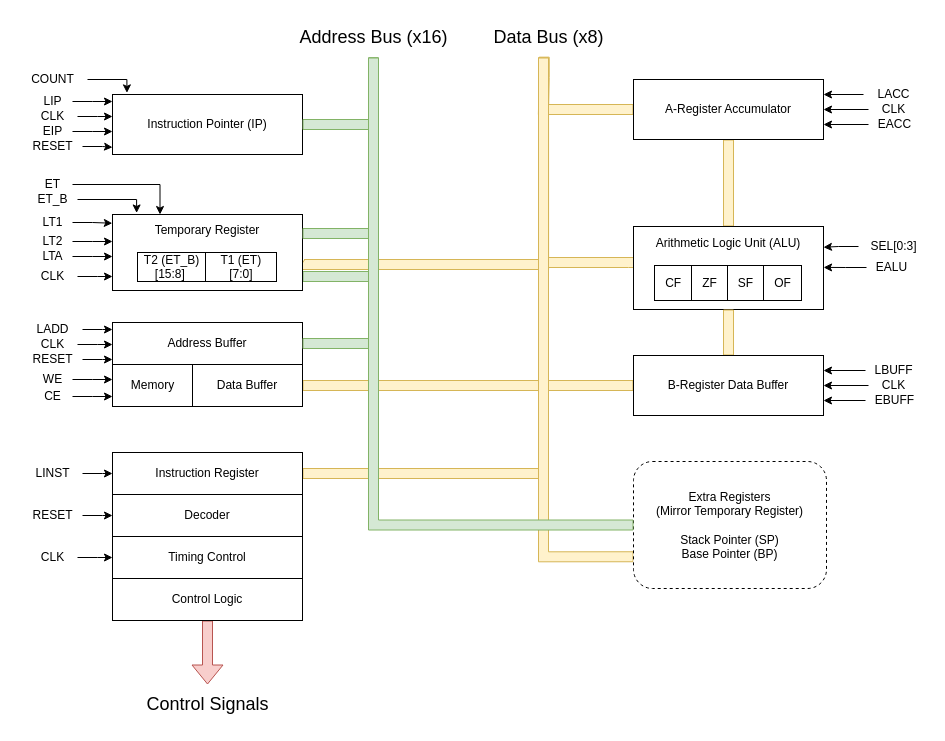
Before: System_Schematic.drawio in GrasonHumphrey/goOSe_CPU_Emulator, a draw.io diagram. Source tidied: cells renumbered, new cells numbered last; positions are measured from the earlier drawing's top-left corner, leaving out a move shared by most shapes. Both pictures are drawn from the tidied source at 100%, with x=0, y=0 at pixel (17, 17).
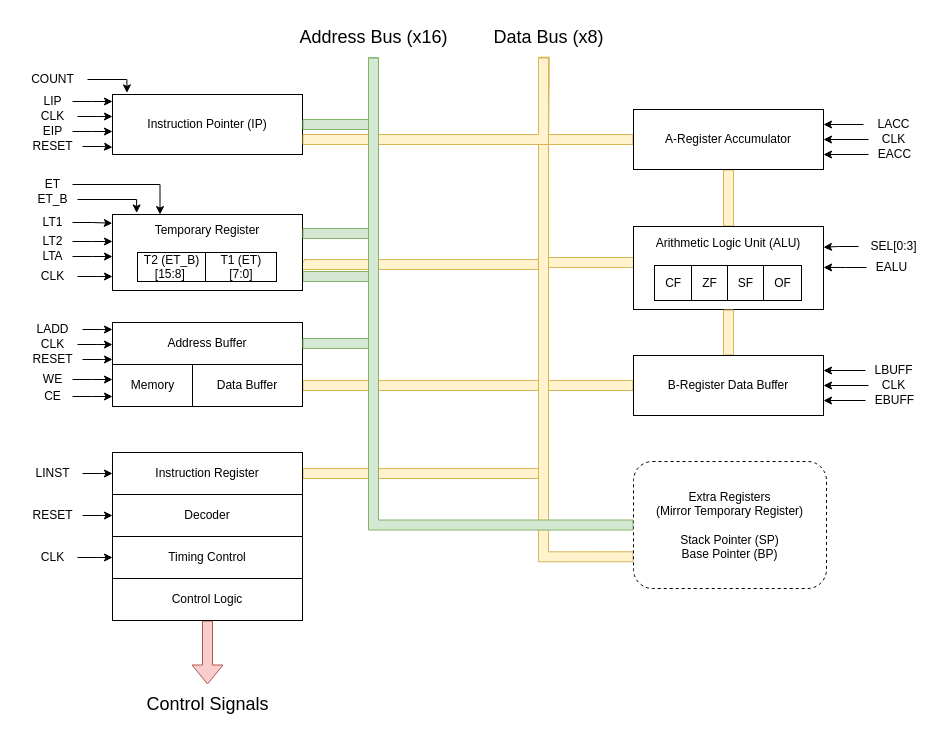
The same page after the edit.

Unchanged cells that the change refers to:
```xml
<mxCell id="3" value="Instruction Pointer (IP)" style="rounded=0;whiteSpace=wrap;html=1;" parent="1" vertex="1">
  <mxGeometry x="95" y="77" width="190" height="60" as="geometry" />
</mxCell>
<mxCell id="36" value="Data Bus (x8)" style="text;html=1;align=center;verticalAlign=middle;points=[];strokeColor=none;fillColor=none;fontSize=18;" parent="1" vertex="1">
  <mxGeometry x="466" width="130" height="40" as="geometry" />
</mxCell>
```

Diff of the diagram source:
```diff
@@
+    <mxCell id="87" style="edgeStyle=orthogonalEdgeStyle;rounded=0;jettySize=auto;html=1;entryX=1;entryY=0.75;entryDx=0;entryDy=0;fillColor=#fff2cc;strokeColor=#d6b656;shape=flexArrow;endArrow=none;endFill=0;" parent="1" edge="1" source="36" target="3">
+      <mxGeometry relative="1" as="geometry">
+        <Array as="points">
+          <mxPoint x="526" y="122" />
+        </Array>
+      </mxGeometry>
+    </mxCell>
@@
     <mxCell id="64" value="LACC" style="text;html=1;align=center;verticalAlign=middle;points=[];strokeColor=none;fillColor=none;" parent="1" vertex="1">
-      <mxGeometry x="846" y="62" width="60" height="30" as="geometry" />
+      <mxGeometry x="846" y="92" width="60" height="30" as="geometry" />
     </mxCell>
@@
     <mxCell id="66" value="A-Register Accumulator" style="rounded=0;whiteSpace=wrap;html=1;" parent="1" vertex="1">
-      <mxGeometry x="616" y="62" width="190" height="60" as="geometry" />
+      <mxGeometry x="616" y="92" width="190" height="60" as="geometry" />
     </mxCell>
@@
     <mxCell id="68" value="CLK" style="text;html=1;align=center;verticalAlign=middle;points=[];strokeColor=none;fillColor=none;" parent="1" vertex="1">
-      <mxGeometry x="851" y="77" width="50" height="30" as="geometry" />
+      <mxGeometry x="851" y="107" width="50" height="30" as="geometry" />
     </mxCell>
@@
     <mxCell id="70" value="EACC" style="text;html=1;align=center;verticalAlign=middle;points=[];strokeColor=none;fillColor=none;" parent="1" vertex="1">
-      <mxGeometry x="851" y="94" width="51" height="26" as="geometry" />
+      <mxGeometry x="851" y="124" width="51" height="26" as="geometry" />
     </mxCell>
```
